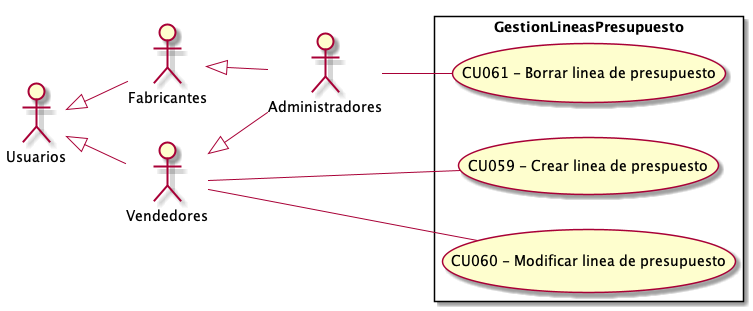
The PlantUML diagram Informe Final/Imagenes/ModeladoDeCasosDeUso/DiagramaDeCasosDeUso/GestionLineasPresupuesto.png in ZMGestion/DocumentacionZMGestion, before a commit. Source of this version:
```plantuml
@startuml GestionLineasPresupuesto
top to bottom direction
:Usuarios:
:Administradores:
:Vendedores:
:Fabricantes:

Usuarios <|-- Vendedores
Usuarios <|-- Fabricantes
Vendedores <|-- Administradores
Fabricantes <|-- Administradores

 left to right direction

rectangle GestionLineasPresupuesto{
    UseCase "CU059 - Crear linea de prespuesto" as C
    UseCase "CU060 - Modificar linea de presupuesto" as M
    UseCase "CU061 - Borrar linea de presupuesto " as B
}
    Vendedores -- C
    Vendedores -- M
    Administradores --  B

@enduml
```
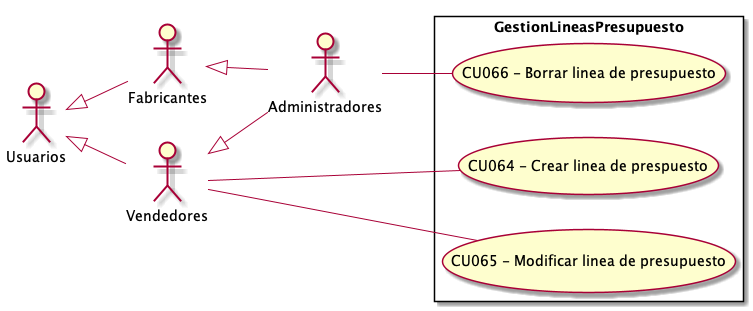
The same diagram one commit later.

Diff of the diagram source:
```diff
@@ -13,9 +13,9 @@
  left to right direction
 
 rectangle GestionLineasPresupuesto{
-    UseCase "CU059 - Crear linea de prespuesto" as C
-    UseCase "CU060 - Modificar linea de presupuesto" as M
-    UseCase "CU061 - Borrar linea de presupuesto " as B
+    UseCase "CU064 - Crear linea de prespuesto" as C
+    UseCase "CU065 - Modificar linea de presupuesto" as M
+    UseCase "CU066 - Borrar linea de presupuesto " as B
 }
     Vendedores -- C
     Vendedores -- M
```
